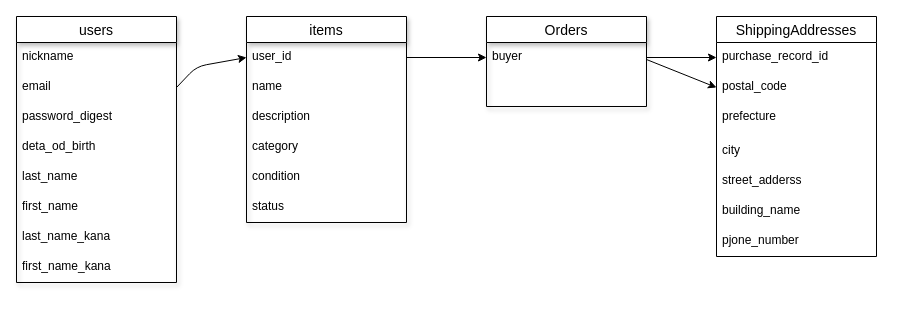
The draw.io diagram er.dio in yutaiwahashi/furima-39443, before the edit. Source tidied: cells renumbered, new cells numbered last; positions are measured from the earlier drawing's top-left corner, leaving out a move shared by most shapes. Both pictures are drawn from the tidied source at 100%, with x=0, y=0 at pixel (16, 16).
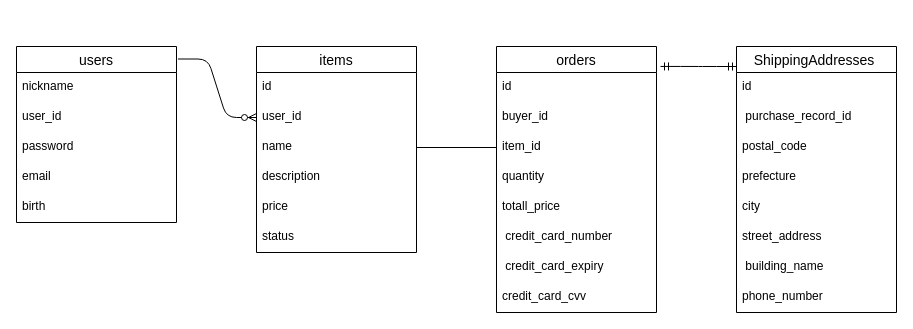
After the change.

Commit message (it also covers changes not shown here):
Revert "Merge pull request #14 from yutaiwahashi/DB設計"

This reverts commit 365ae3a11ba77e523737572e68dead17a056b2f0, reversing
changes made to 229599a4cb1e512e59419b4e5dd740a98fcbdb2b.

Change to the diagram source:
```diff
@@
-    <mxCell id="2" value="Orders " style="swimlane;fontStyle=0;horizontal=1;startSize=26;align=center;fontSize=14;shadow=1;" parent="1" vertex="1">
-      <mxGeometry x="470" width="160" height="90" as="geometry" />
-    </mxCell>
-    <mxCell id="3" value="buyer" style="text;strokeColor=none;fillColor=none;spacingLeft=4;spacingRight=4;overflow=hidden;points=[[0,0.5],[1,0.5]];portConstraint=eastwest;fontSize=12;" parent="2" vertex="1">
-      <mxGeometry y="26" width="160" height="34" as="geometry" />
-    </mxCell>
-    <mxCell id="4" style="text;strokeColor=none;fillColor=none;spacingLeft=4;spacingRight=4;overflow=hidden;fontSize=12;" parent="2" vertex="1">
-      <mxGeometry y="60" width="160" height="30" as="geometry" />
-    </mxCell>
+    <mxCell id="22" value="items" style="swimlane;fontStyle=0;horizontal=1;startSize=26;align=center;fontSize=14;" parent="1" vertex="1">
+      <mxGeometry x="240" y="30" width="160" height="206" as="geometry" />
+    </mxCell>
+    <mxCell id="33" value="id" style="text;strokeColor=none;fillColor=none;spacingLeft=4;spacingRight=4;overflow=hidden;fontSize=12;" parent="22" vertex="1">
+      <mxGeometry y="26" width="160" height="30" as="geometry" />
+    </mxCell>
+    <mxCell id="34" value="user_id" style="text;strokeColor=none;fillColor=none;spacingLeft=4;spacingRight=4;overflow=hidden;points=[[0,0.5],[1,0.5]];portConstraint=eastwest;fontSize=12;" parent="22" vertex="1">
+      <mxGeometry y="56" width="160" height="30" as="geometry" />
+    </mxCell>
+    <mxCell id="24" value="name" style="text;strokeColor=none;fillColor=none;spacingLeft=4;spacingRight=4;overflow=hidden;points=[[0,0.5],[1,0.5]];portConstraint=eastwest;fontSize=12;" parent="22" vertex="1">
+      <mxGeometry y="86" width="160" height="30" as="geometry" />
+    </mxCell>
+    <mxCell id="25" value="description" style="text;strokeColor=none;fillColor=none;spacingLeft=4;spacingRight=4;overflow=hidden;fontSize=12;" parent="22" vertex="1">
+      <mxGeometry y="116" width="160" height="30" as="geometry" />
+    </mxCell>
+    <mxCell id="35" value="price" style="text;strokeColor=none;fillColor=none;spacingLeft=4;spacingRight=4;overflow=hidden;fontSize=12;" parent="22" vertex="1">
+      <mxGeometry y="146" width="160" height="30" as="geometry" />
+    </mxCell>
+    <mxCell id="28" value="status" style="text;strokeColor=none;fillColor=none;spacingLeft=4;spacingRight=4;overflow=hidden;fontSize=12;" parent="22" vertex="1">
+      <mxGeometry y="176" width="160" height="30" as="geometry" />
+    </mxCell>
+    <mxCell id="36" value="orders" style="swimlane;fontStyle=0;horizontal=1;startSize=26;align=center;fontSize=14;" parent="1" vertex="1">
+      <mxGeometry x="480" y="30" width="160" height="266" as="geometry" />
+    </mxCell>
+    <mxCell id="37" value="id    " style="text;strokeColor=none;fillColor=none;spacingLeft=4;spacingRight=4;overflow=hidden;fontSize=12;" parent="36" vertex="1">
+      <mxGeometry y="26" width="160" height="30" as="geometry" />
+    </mxCell>
+    <mxCell id="38" value="buyer_id" style="text;strokeColor=none;fillColor=none;spacingLeft=4;spacingRight=4;overflow=hidden;fontSize=12;" parent="36" vertex="1">
+      <mxGeometry y="56" width="160" height="30" as="geometry" />
+    </mxCell>
+    <mxCell id="39" value="item_id" style="text;strokeColor=none;fillColor=none;spacingLeft=4;spacingRight=4;overflow=hidden;points=[[0,0.5],[1,0.5]];portConstraint=eastwest;fontSize=12;" parent="36" vertex="1">
+      <mxGeometry y="86" width="160" height="30" as="geometry" />
+    </mxCell>
+    <mxCell id="40" value="quantity" style="text;strokeColor=none;fillColor=none;spacingLeft=4;spacingRight=4;overflow=hidden;fontSize=12;" parent="36" vertex="1">
+      <mxGeometry y="116" width="160" height="30" as="geometry" />
+    </mxCell>
+    <mxCell id="41" value="totall_price" style="text;strokeColor=none;fillColor=none;spacingLeft=4;spacingRight=4;overflow=hidden;fontSize=12;" parent="36" vertex="1">
+      <mxGeometry y="146" width="160" height="30" as="geometry" />
+    </mxCell>
+    <mxCell id="42" value=" credit_card_number " style="text;strokeColor=none;fillColor=none;spacingLeft=4;spacingRight=4;overflow=hidden;fontSize=12;" parent="36" vertex="1">
+      <mxGeometry y="176" width="160" height="30" as="geometry" />
+    </mxCell>
+    <mxCell id="43" value=" credit_card_expiry" style="text;strokeColor=none;fillColor=none;spacingLeft=4;spacingRight=4;overflow=hidden;fontSize=12;" parent="36" vertex="1">
+      <mxGeometry y="206" width="160" height="30" as="geometry" />
+    </mxCell>
+    <mxCell id="44" value="credit_card_cvv " style="text;strokeColor=none;fillColor=none;spacingLeft=4;spacingRight=4;overflow=hidden;fontSize=12;" parent="36" vertex="1">
+      <mxGeometry y="236" width="160" height="30" as="geometry" />
+    </mxCell>
+    <mxCell id="13" value="users" style="swimlane;fontStyle=0;horizontal=1;startSize=26;align=center;fontSize=14;flipV=0;flipH=0;direction=east;" parent="1" vertex="1">
+      <mxGeometry y="30" width="160" height="176" as="geometry" />
+    </mxCell>
+    <mxCell id="14" value="nickname" style="text;strokeColor=none;fillColor=none;spacingLeft=4;spacingRight=4;overflow=hidden;fontSize=12;" parent="13" vertex="1">
+      <mxGeometry y="26" width="160" height="30" as="geometry" />
+    </mxCell>
+    <mxCell id="45" value="user_id" style="text;strokeColor=none;fillColor=none;spacingLeft=4;spacingRight=4;overflow=hidden;fontSize=12;" parent="13" vertex="1">
+      <mxGeometry y="56" width="160" height="30" as="geometry" />
+    </mxCell>
+    <mxCell id="46" value="password" style="text;spacingLeft=4;spacingRight=4;overflow=hidden;fontSize=12;" parent="13" vertex="1">
+      <mxGeometry y="86" width="160" height="30" as="geometry" />
+    </mxCell>
+    <mxCell id="15" value="email" style="text;spacingLeft=4;spacingRight=4;overflow=hidden;points=[[0,0.5],[1,0.5]];portConstraint=eastwest;fontSize=12;" parent="13" vertex="1">
+      <mxGeometry y="116" width="160" height="30" as="geometry" />
+    </mxCell>
+    <mxCell id="47" value="birth" style="text;spacingLeft=4;spacingRight=4;overflow=hidden;fontSize=12;" parent="13" vertex="1">
+      <mxGeometry y="146" width="160" height="30" as="geometry" />
+    </mxCell>
-    <mxCell id="5" value="ShippingAddresses" style="swimlane;fontStyle=0;horizontal=1;startSize=26;align=center;fontSize=14;" parent="1" vertex="1">
-      <mxGeometry x="700" width="160" height="240" as="geometry" />
+    <mxCell id="5" value="ShippingAddresses " style="swimlane;fontStyle=0;horizontal=1;startSize=26;align=center;fontSize=14;" parent="1" vertex="1">
+      <mxGeometry x="720" y="30" width="160" height="266" as="geometry" />
     </mxCell>
+    <mxCell id="48" value="id" style="text;strokeColor=none;fillColor=none;spacingLeft=4;spacingRight=4;overflow=hidden;fontSize=12;" parent="5" vertex="1">
+      <mxGeometry y="26" width="160" height="30" as="geometry" />
+    </mxCell>
-    <mxCell id="6" value="purchase_record_id " style="text;strokeColor=none;fillColor=none;spacingLeft=4;spacingRight=4;overflow=hidden;points=[[0,0.5],[1,0.5]];portConstraint=eastwest;fontSize=12;" parent="5" vertex="1">
-      <mxGeometry y="26" width="160" height="30" as="geometry" />
+    <mxCell id="6" value=" purchase_record_id" style="text;strokeColor=none;fillColor=none;spacingLeft=4;spacingRight=4;overflow=hidden;points=[[0,0.5],[1,0.5]];portConstraint=eastwest;fontSize=12;" parent="5" vertex="1">
+      <mxGeometry y="56" width="160" height="30" as="geometry" />
     </mxCell>
-    <mxCell id="7" value="postal_code" style="text;strokeColor=none;fillColor=none;spacingLeft=4;spacingRight=4;overflow=hidden;points=[[0,0.5],[1,0.5]];portConstraint=eastwest;fontSize=12;" parent="5" vertex="1">
-      <mxGeometry y="56" width="160" height="30" as="geometry" />
+    <mxCell id="7" value="postal_code " style="text;strokeColor=none;fillColor=none;spacingLeft=4;spacingRight=4;overflow=hidden;points=[[0,0.5],[1,0.5]];portConstraint=eastwest;fontSize=12;" parent="5" vertex="1">
+      <mxGeometry y="86" width="160" height="30" as="geometry" />
     </mxCell>
-    <mxCell id="8" value="prefecture" style="text;strokeColor=none;fillColor=none;spacingLeft=4;spacingRight=4;overflow=hidden;fontSize=12;" parent="5" vertex="1">
-      <mxGeometry y="86" width="160" height="34" as="geometry" />
+    <mxCell id="8" value="prefecture " style="text;strokeColor=none;fillColor=none;spacingLeft=4;spacingRight=4;overflow=hidden;fontSize=12;" parent="5" vertex="1">
+      <mxGeometry y="116" width="160" height="30" as="geometry" />
     </mxCell>
-    <mxCell id="9" value="city" style="text;strokeColor=none;fillColor=none;spacingLeft=4;spacingRight=4;overflow=hidden;fontSize=12;" parent="5" vertex="1">
-      <mxGeometry y="120" width="160" height="30" as="geometry" />
+    <mxCell id="9" value="city " style="text;strokeColor=none;fillColor=none;spacingLeft=4;spacingRight=4;overflow=hidden;fontSize=12;" parent="5" vertex="1">
+      <mxGeometry y="146" width="160" height="30" as="geometry" />
     </mxCell>
-    <mxCell id="10" value="street_adderss" style="text;strokeColor=none;fillColor=none;spacingLeft=4;spacingRight=4;overflow=hidden;fontSize=12;" parent="5" vertex="1">
-      <mxGeometry y="150" width="160" height="30" as="geometry" />
-    </mxCell>
+    <mxCell id="49" value="street_address" style="text;strokeColor=none;fillColor=none;spacingLeft=4;spacingRight=4;overflow=hidden;fontSize=12;" parent="5" vertex="1">
+      <mxGeometry y="176" width="160" height="30" as="geometry" />
+    </mxCell>
-    <mxCell id="11" value="building_name" style="text;strokeColor=none;fillColor=none;spacingLeft=4;spacingRight=4;overflow=hidden;fontSize=12;" parent="5" vertex="1">
-      <mxGeometry y="180" width="160" height="30" as="geometry" />
+    <mxCell id="11" value=" building_name   " style="text;strokeColor=none;fillColor=none;spacingLeft=4;spacingRight=4;overflow=hidden;fontSize=12;" parent="5" vertex="1">
+      <mxGeometry y="206" width="160" height="30" as="geometry" />
     </mxCell>
-    <mxCell id="12" value="pjone_number" style="text;strokeColor=none;fillColor=none;spacingLeft=4;spacingRight=4;overflow=hidden;fontSize=12;" parent="5" vertex="1">
-      <mxGeometry y="210" width="160" height="30" as="geometry" />
-    </mxCell>
-    <mxCell id="13" value="users" style="swimlane;fontStyle=0;horizontal=1;startSize=26;align=center;fontSize=14;shadow=1;" parent="1" vertex="1">
-      <mxGeometry width="160" height="266" as="geometry" />
-    </mxCell>
-    <mxCell id="14" value="nickname" style="text;strokeColor=none;fillColor=none;spacingLeft=4;spacingRight=4;overflow=hidden;fontSize=12;shadow=1;" parent="13" vertex="1">
-      <mxGeometry y="26" width="160" height="30" as="geometry" />
-    </mxCell>
-    <mxCell id="15" value="email" style="text;strokeColor=none;fillColor=none;spacingLeft=4;spacingRight=4;overflow=hidden;points=[[0,0.5],[1,0.5]];portConstraint=eastwest;fontSize=12;shadow=1;" parent="13" vertex="1">
-      <mxGeometry y="56" width="160" height="30" as="geometry" />
-    </mxCell>
-    <mxCell id="16" value="password_digest" style="text;strokeColor=none;fillColor=none;spacingLeft=4;spacingRight=4;overflow=hidden;fontSize=12;shadow=1;" parent="13" vertex="1">
-      <mxGeometry y="86" width="160" height="30" as="geometry" />
-    </mxCell>
-    <mxCell id="17" value="deta_od_birth" style="text;strokeColor=none;fillColor=none;spacingLeft=4;spacingRight=4;overflow=hidden;fontSize=12;shadow=1;" parent="13" vertex="1">
-      <mxGeometry y="116" width="160" height="30" as="geometry" />
-    </mxCell>
-    <mxCell id="18" value="last_name" style="text;strokeColor=none;fillColor=none;spacingLeft=4;spacingRight=4;overflow=hidden;fontSize=12;shadow=1;" parent="13" vertex="1">
-      <mxGeometry y="146" width="160" height="30" as="geometry" />
-    </mxCell>
-    <mxCell id="19" value="first_name" style="text;strokeColor=none;fillColor=none;spacingLeft=4;spacingRight=4;overflow=hidden;fontSize=12;shadow=1;" parent="13" vertex="1">
-      <mxGeometry y="176" width="160" height="30" as="geometry" />
-    </mxCell>
-    <mxCell id="20" value="last_name_kana" style="text;strokeColor=none;fillColor=none;spacingLeft=4;spacingRight=4;overflow=hidden;fontSize=12;shadow=1;" parent="13" vertex="1">
-      <mxGeometry y="206" width="160" height="30" as="geometry" />
-    </mxCell>
-    <mxCell id="21" value="first_name_kana" style="text;strokeColor=none;fillColor=none;spacingLeft=4;spacingRight=4;overflow=hidden;fontSize=12;shadow=1;" parent="13" vertex="1">
-      <mxGeometry y="236" width="160" height="30" as="geometry" />
-    </mxCell>
-    <mxCell id="22" value="items" style="swimlane;fontStyle=0;horizontal=1;startSize=26;align=center;fontSize=14;shadow=1;" parent="1" vertex="1">
-      <mxGeometry x="230" width="160" height="206" as="geometry" />
-    </mxCell>
-    <mxCell id="23" value="user_id" style="text;strokeColor=none;fillColor=none;spacingLeft=4;spacingRight=4;overflow=hidden;points=[[0,0.5],[1,0.5]];portConstraint=eastwest;fontSize=12;shadow=1;" parent="22" vertex="1">
-      <mxGeometry y="26" width="160" height="30" as="geometry" />
-    </mxCell>
-    <mxCell id="24" value="name" style="text;strokeColor=none;fillColor=none;spacingLeft=4;spacingRight=4;overflow=hidden;points=[[0,0.5],[1,0.5]];portConstraint=eastwest;fontSize=12;shadow=1;" parent="22" vertex="1">
-      <mxGeometry y="56" width="160" height="30" as="geometry" />
-    </mxCell>
-    <mxCell id="25" value="description" style="text;strokeColor=none;fillColor=none;spacingLeft=4;spacingRight=4;overflow=hidden;fontSize=12;shadow=1;" parent="22" vertex="1">
-      <mxGeometry y="86" width="160" height="30" as="geometry" />
-    </mxCell>
-    <mxCell id="26" value="category" style="text;strokeColor=none;fillColor=none;spacingLeft=4;spacingRight=4;overflow=hidden;fontSize=12;shadow=1;" parent="22" vertex="1">
-      <mxGeometry y="116" width="160" height="30" as="geometry" />
-    </mxCell>
-    <mxCell id="27" value="condition" style="text;strokeColor=none;fillColor=none;spacingLeft=4;spacingRight=4;overflow=hidden;fontSize=12;shadow=1;" parent="22" vertex="1">
-      <mxGeometry y="146" width="160" height="30" as="geometry" />
-    </mxCell>
-    <mxCell id="28" value="status" style="text;strokeColor=none;fillColor=none;spacingLeft=4;spacingRight=4;overflow=hidden;fontSize=12;shadow=1;" parent="22" vertex="1">
-      <mxGeometry y="176" width="160" height="30" as="geometry" />
-    </mxCell>
-    <mxCell id="29" style="edgeStyle=none;html=1;exitX=1;exitY=0.5;exitDx=0;exitDy=0;entryX=0;entryY=0.5;entryDx=0;entryDy=0;" parent="1" edge="1" source="15" target="23">
-      <mxGeometry relative="1" as="geometry">
-        <Array as="points">
-          <mxPoint x="180" y="50" />
-        </Array>
-      </mxGeometry>
-    </mxCell>
-    <mxCell id="30" style="edgeStyle=none;html=1;exitX=1;exitY=0.5;exitDx=0;exitDy=0;entryX=0;entryY=0.5;entryDx=0;entryDy=0;" parent="1" edge="1" source="23">
-      <mxGeometry relative="1" as="geometry">
-        <mxPoint x="470" y="41" as="targetPoint" />
-      </mxGeometry>
-    </mxCell>
-    <mxCell id="31" style="edgeStyle=none;html=1;exitX=1;exitY=0.5;exitDx=0;exitDy=0;entryX=0;entryY=0.5;entryDx=0;entryDy=0;" parent="1" edge="1" target="6">
-      <mxGeometry relative="1" as="geometry">
-        <mxPoint x="630" y="41" as="sourcePoint" />
-      </mxGeometry>
-    </mxCell>
-    <mxCell id="32" style="edgeStyle=none;html=1;exitX=1;exitY=0.5;exitDx=0;exitDy=0;entryX=0;entryY=0.5;entryDx=0;entryDy=0;" parent="1" edge="1" source="3" target="7">
-      <mxGeometry relative="1" as="geometry" />
-    </mxCell>
+    <mxCell id="50" value="phone_number" style="text;strokeColor=none;fillColor=none;spacingLeft=4;spacingRight=4;overflow=hidden;fontSize=12;" parent="5" vertex="1">
+      <mxGeometry y="236" width="160" height="30" as="geometry" />
+    </mxCell>
+    <mxCell id="51" style="edgeStyle=entityRelationEdgeStyle;fontSize=12;html=1;endArrow=ERzeroToMany;endFill=1;entryX=0;entryY=0.5;entryDx=0;entryDy=0;exitX=1.009;exitY=0.071;exitDx=0;exitDy=0;exitPerimeter=0;" parent="1" edge="1" source="13" target="34">
+      <mxGeometry relative="1" as="geometry" />
+    </mxCell>
+    <mxCell id="52" style="endArrow=none;html=1;rounded=0;exitX=1;exitY=0.5;exitDx=0;exitDy=0;entryX=0;entryY=0.5;entryDx=0;entryDy=0;" parent="1" edge="1" source="24" target="39">
+      <mxGeometry relative="1" as="geometry" />
+    </mxCell>
+    <mxCell id="53" style="edgeStyle=entityRelationEdgeStyle;fontSize=12;html=1;endArrow=ERmandOne;startArrow=ERmandOne;exitX=1.025;exitY=0.075;exitDx=0;exitDy=0;exitPerimeter=0;" parent="1" edge="1" source="36">
+      <mxGeometry relative="1" as="geometry">
+        <mxPoint x="720" y="50" as="targetPoint" />
+      </mxGeometry>
+    </mxCell>
```
